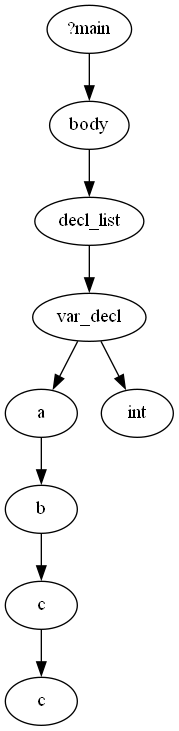
KianBankeLarsen/Compiler keeps this Graphviz diagram as printer/images/AST.gv.png. Above is the earlier version. Its source is kept beside it as printer/images/AST.gv.
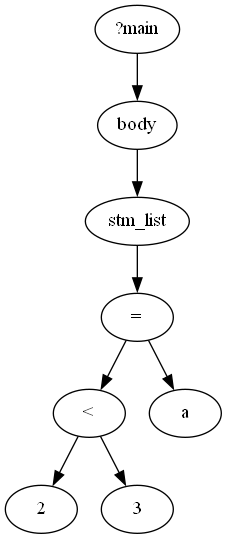
After the change.

The edit, as a diff of the source:
```diff
@@ -1,19 +1,17 @@
 digraph AST {
 	0 [label="?main"]
 	1 [label=body]
-	2 [label=var_decl]
-	3 [label=a]
-	4 [label=b]
-	5 [label=c]
-	6 [label=c]
-	5 -> 6
-	4 -> 5
-	3 -> 4
-	7 [label=int]
-	2 -> 3
-	2 -> 7
-	8 [label=decl_list]
-	8 -> 2
-	1 -> 8
+	2 [label=stm_list]
+	3 [label=2]
+	4 [label=3]
+	5 [label="<"]
+	5 -> 3
+	5 -> 4
+	6 [label="="]
+	7 [label=a]
+	6 -> 7
+	6 -> 5
+	2 -> 6
+	1 -> 2
 	0 -> 1
 }
```
